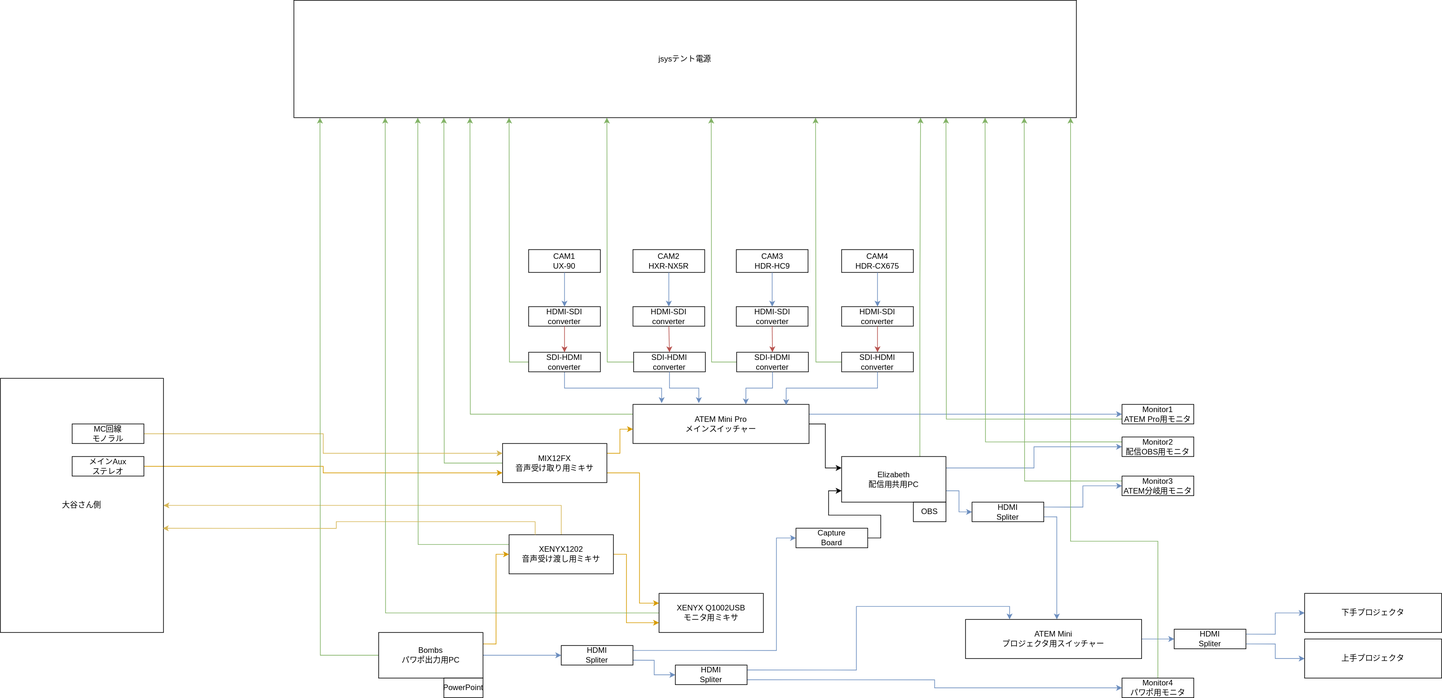
This is drawio-svg/jsys23-eizou-wiring.drawio.svg from dolceWFC/sohosai-eizou-live-wiring, a draw.io export, as it was before one commit. Source tidied: cells renumbered, new cells last; positions are measured from the earlier drawing's top-left corner, leaving out a move shared by most shapes.
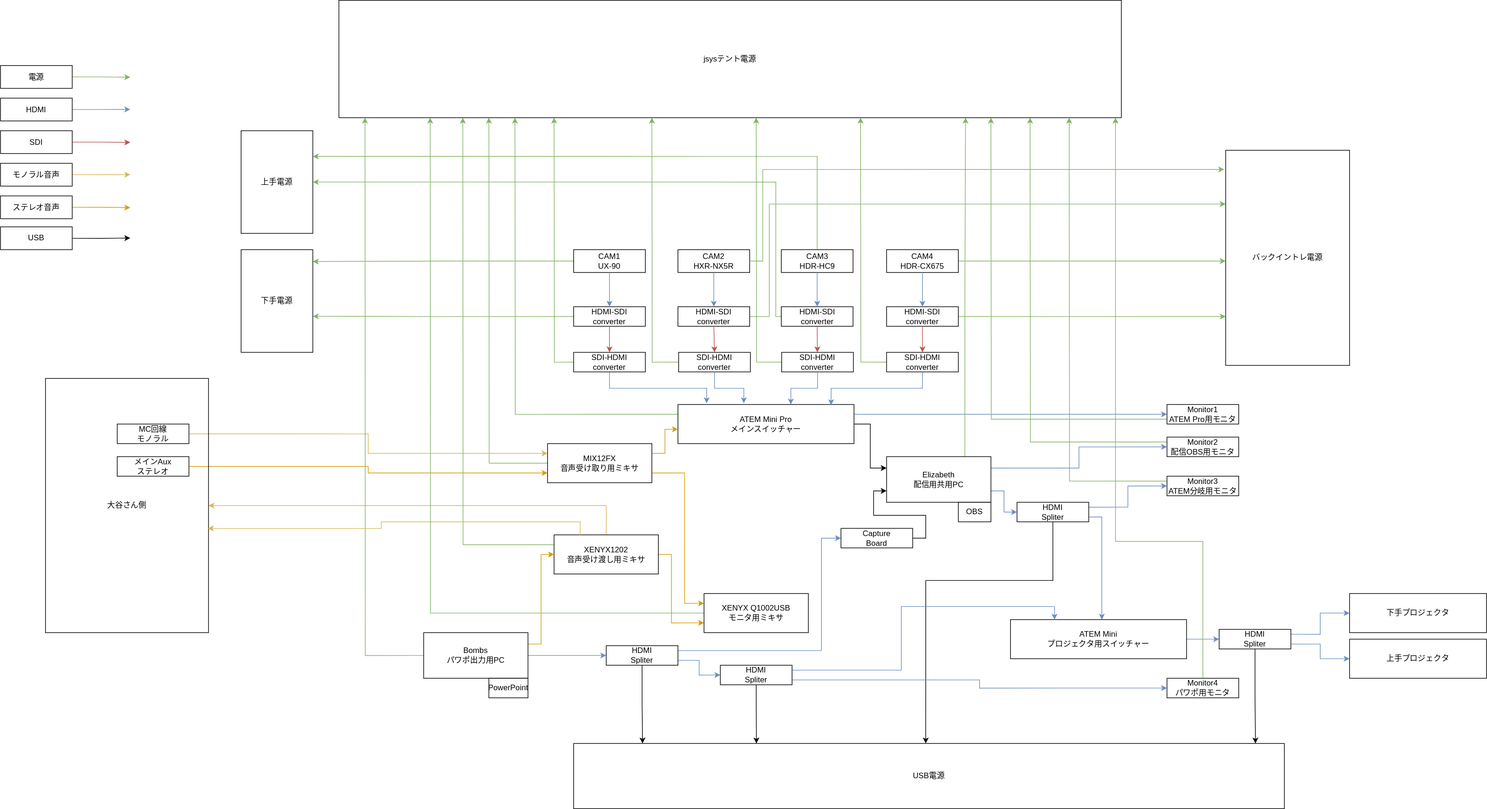
The same diagram one commit later.

Commit message:
jsys23-eizou-wiring.drawio.svg を更新します

What changed in the source:
```diff
@@ -5,24 +5,63 @@
     <mxCell id="2" value="CAM2&lt;br&gt;HXR-NX5R" style="text;html=1;strokeColor=default;fillColor=none;align=center;verticalAlign=middle;whiteSpace=wrap;rounded=0;" parent="1" vertex="1">
       <mxGeometry x="970" y="382.5" width="110" height="35" as="geometry" />
     </mxCell>
+    <mxCell id="87" style="edgeStyle=orthogonalEdgeStyle;rounded=0;jettySize=auto;html=1;exitX=0.5;exitY=0;exitDx=0;exitDy=0;entryX=1;entryY=0.25;entryDx=0;entryDy=0;fillColor=#d5e8d4;strokeColor=#82b366;" parent="1" edge="1" source="3" target="101">
+      <mxGeometry relative="1" as="geometry" />
+    </mxCell>
     <mxCell id="3" value="CAM3&lt;br&gt;HDR-HC9" style="text;html=1;strokeColor=default;fillColor=none;align=center;verticalAlign=middle;whiteSpace=wrap;rounded=0;" parent="1" vertex="1">
       <mxGeometry x="1128.5" y="382.5" width="110" height="35" as="geometry" />
     </mxCell>
+    <mxCell id="88" style="edgeStyle=orthogonalEdgeStyle;rounded=0;jettySize=auto;html=1;exitX=0;exitY=0.5;exitDx=0;exitDy=0;fillColor=#d5e8d4;strokeColor=#82b366;" parent="1" edge="1" source="4">
+      <mxGeometry relative="1" as="geometry">
+        <mxPoint x="410" y="400.7" as="targetPoint" />
+      </mxGeometry>
+    </mxCell>
     <mxCell id="4" value="CAM1&lt;br&gt;UX-90" style="text;html=1;strokeColor=default;fillColor=none;align=center;verticalAlign=middle;whiteSpace=wrap;rounded=0;" parent="1" vertex="1">
       <mxGeometry x="810" y="382.5" width="110" height="35" as="geometry" />
     </mxCell>
+    <mxCell id="89" style="edgeStyle=orthogonalEdgeStyle;rounded=0;jettySize=auto;html=1;exitX=1;exitY=0.5;exitDx=0;exitDy=0;fillColor=#d5e8d4;strokeColor=#82b366;" parent="1" edge="1" source="5">
+      <mxGeometry relative="1" as="geometry">
+        <mxPoint x="1810" y="400" as="targetPoint" />
+      </mxGeometry>
+    </mxCell>
     <mxCell id="5" value="CAM4&lt;br&gt;HDR-CX675" style="text;html=1;strokeColor=default;fillColor=none;align=center;verticalAlign=middle;whiteSpace=wrap;rounded=0;" parent="1" vertex="1">
       <mxGeometry x="1290" y="382.5" width="110" height="35" as="geometry" />
     </mxCell>
+    <mxCell id="90" style="edgeStyle=orthogonalEdgeStyle;rounded=0;jettySize=auto;html=1;exitX=0;exitY=0.5;exitDx=0;exitDy=0;fillColor=#d5e8d4;strokeColor=#82b366;" parent="1" edge="1" source="6">
+      <mxGeometry relative="1" as="geometry">
+        <mxPoint x="410" y="484.7" as="targetPoint" />
+      </mxGeometry>
+    </mxCell>
     <mxCell id="6" value="HDMI-SDI&lt;br&gt;converter" style="text;html=1;strokeColor=default;fillColor=none;align=center;verticalAlign=middle;whiteSpace=wrap;rounded=0;" parent="1" vertex="1">
       <mxGeometry x="810" y="470" width="110" height="30" as="geometry" />
     </mxCell>
+    <mxCell id="91" style="edgeStyle=orthogonalEdgeStyle;rounded=0;jettySize=auto;html=1;exitX=1;exitY=0.5;exitDx=0;exitDy=0;entryX=0;entryY=0.25;entryDx=0;entryDy=0;fillColor=#d5e8d4;strokeColor=#82b366;" parent="1" edge="1" source="7" target="98">
+      <mxGeometry relative="1" as="geometry">
+        <Array as="points">
+          <mxPoint x="1110" y="485" />
+          <mxPoint x="1110" y="313" />
+        </Array>
+      </mxGeometry>
+    </mxCell>
     <mxCell id="7" value="HDMI-SDI&lt;br&gt;converter" style="text;html=1;strokeColor=default;fillColor=none;align=center;verticalAlign=middle;whiteSpace=wrap;rounded=0;" parent="1" vertex="1">
       <mxGeometry x="970" y="470" width="110" height="30" as="geometry" />
     </mxCell>
+    <mxCell id="92" style="edgeStyle=orthogonalEdgeStyle;rounded=0;jettySize=auto;html=1;exitX=0;exitY=0.5;exitDx=0;exitDy=0;entryX=1;entryY=0.5;entryDx=0;entryDy=0;fillColor=#d5e8d4;strokeColor=#82b366;" parent="1" edge="1" source="8" target="101">
+      <mxGeometry relative="1" as="geometry">
+        <Array as="points">
+          <mxPoint x="1120" y="485" />
+          <mxPoint x="1120" y="279" />
+        </Array>
+      </mxGeometry>
+    </mxCell>
     <mxCell id="8" value="HDMI-SDI&lt;br&gt;converter" style="text;html=1;strokeColor=default;fillColor=none;align=center;verticalAlign=middle;whiteSpace=wrap;rounded=0;" parent="1" vertex="1">
       <mxGeometry x="1128.5" y="470" width="110" height="30" as="geometry" />
     </mxCell>
+    <mxCell id="93" style="edgeStyle=orthogonalEdgeStyle;rounded=0;jettySize=auto;html=1;exitX=1;exitY=0.5;exitDx=0;exitDy=0;fillColor=#d5e8d4;strokeColor=#82b366;" parent="1" edge="1" source="9">
+      <mxGeometry relative="1" as="geometry">
+        <mxPoint x="1810" y="485" as="targetPoint" />
+      </mxGeometry>
+    </mxCell>
     <mxCell id="9" value="HDMI-SDI&lt;br&gt;converter" style="text;html=1;strokeColor=default;fillColor=none;align=center;verticalAlign=middle;whiteSpace=wrap;rounded=0;" parent="1" vertex="1">
       <mxGeometry x="1290" y="470" width="110" height="30" as="geometry" />
     </mxCell>
@@ -125,6 +164,10 @@
     <mxCell id="38" style="edgeStyle=orthogonalEdgeStyle;rounded=0;jettySize=auto;html=1;exitX=0.75;exitY=0;exitDx=0;exitDy=0;fillColor=#d5e8d4;strokeColor=#82b366;" parent="1" edge="1" source="39">
       <mxGeometry relative="1" as="geometry">
         <mxPoint x="1411" y="180" as="targetPoint" />
+        <Array as="points">
+          <mxPoint x="1410" y="441" />
+          <mxPoint x="1411" y="441" />
+        </Array>
       </mxGeometry>
     </mxCell>
     <mxCell id="39" value="Elizabeth&lt;br&gt;配信用共用PC" style="text;html=1;strokeColor=default;fillColor=none;align=center;verticalAlign=middle;whiteSpace=wrap;rounded=0;" parent="1" vertex="1">
@@ -224,6 +267,15 @@
         </Array>
       </mxGeometry>
     </mxCell>
+    <mxCell id="94" style="edgeStyle=orthogonalEdgeStyle;rounded=0;jettySize=auto;html=1;exitX=0.5;exitY=1;exitDx=0;exitDy=0;" parent="1" edge="1" source="64">
+      <mxGeometry relative="1" as="geometry">
+        <mxPoint x="1350" y="1140" as="targetPoint" />
+        <Array as="points">
+          <mxPoint x="1545" y="890" />
+          <mxPoint x="1350" y="890" />
+        </Array>
+      </mxGeometry>
+    </mxCell>
     <mxCell id="64" value="HDMI&lt;br&gt;Spliter" style="text;html=1;strokeColor=default;fillColor=none;align=center;verticalAlign=middle;whiteSpace=wrap;rounded=0;" parent="1" vertex="1">
       <mxGeometry x="1490" y="770" width="110" height="30" as="geometry" />
     </mxCell>
@@ -255,6 +307,11 @@
     <mxCell id="72" style="edgeStyle=orthogonalEdgeStyle;rounded=0;jettySize=auto;html=1;exitX=1;exitY=0.75;exitDx=0;exitDy=0;entryX=0;entryY=0.5;entryDx=0;entryDy=0;fillColor=#dae8fc;strokeColor=#6c8ebf;" parent="1" edge="1" source="73" target="75">
       <mxGeometry relative="1" as="geometry" />
     </mxCell>
+    <mxCell id="95" style="edgeStyle=orthogonalEdgeStyle;rounded=0;jettySize=auto;html=1;exitX=0.5;exitY=1;exitDx=0;exitDy=0;" parent="1" edge="1" source="73">
+      <mxGeometry relative="1" as="geometry">
+        <mxPoint x="1855.7" y="1140" as="targetPoint" />
+      </mxGeometry>
+    </mxCell>
     <mxCell id="73" value="HDMI&lt;br&gt;Spliter" style="text;html=1;strokeColor=default;fillColor=none;align=center;verticalAlign=middle;whiteSpace=wrap;rounded=0;" parent="1" vertex="1">
       <mxGeometry x="1800" y="965" width="110" height="30" as="geometry" />
     </mxCell>
@@ -288,6 +345,11 @@
         </Array>
       </mxGeometry>
     </mxCell>
+    <mxCell id="96" style="edgeStyle=orthogonalEdgeStyle;rounded=0;jettySize=auto;html=1;exitX=0.5;exitY=1;exitDx=0;exitDy=0;" parent="1" edge="1" source="80">
+      <mxGeometry relative="1" as="geometry">
+        <mxPoint x="915.7" y="1140" as="targetPoint" />
+      </mxGeometry>
+    </mxCell>
     <mxCell id="80" value="HDMI&lt;br&gt;Spliter" style="text;html=1;strokeColor=default;fillColor=none;align=center;verticalAlign=middle;whiteSpace=wrap;rounded=0;" parent="1" vertex="1">
       <mxGeometry x="860" y="990" width="110" height="30" as="geometry" />
     </mxCell>
@@ -297,6 +359,11 @@
     <mxCell id="82" style="edgeStyle=orthogonalEdgeStyle;rounded=0;jettySize=auto;html=1;exitX=1;exitY=0.75;exitDx=0;exitDy=0;entryX=0;entryY=0.5;entryDx=0;entryDy=0;fillColor=#dae8fc;strokeColor=#6c8ebf;" parent="1" edge="1" source="83" target="77">
       <mxGeometry relative="1" as="geometry" />
     </mxCell>
+    <mxCell id="97" style="edgeStyle=orthogonalEdgeStyle;rounded=0;jettySize=auto;html=1;exitX=0.5;exitY=1;exitDx=0;exitDy=0;" parent="1" edge="1" source="83">
+      <mxGeometry relative="1" as="geometry">
+        <mxPoint x="1090.3" y="1140" as="targetPoint" />
+      </mxGeometry>
+    </mxCell>
     <mxCell id="83" value="HDMI&lt;br&gt;Spliter" style="text;html=1;strokeColor=default;fillColor=none;align=center;verticalAlign=middle;whiteSpace=wrap;rounded=0;" parent="1" vertex="1">
       <mxGeometry x="1035" y="1020" width="110" height="30" as="geometry" />
     </mxCell>
@@ -309,5 +376,73 @@
     <mxCell id="86" value="jsysテント電源" style="text;html=1;strokeColor=default;fillColor=none;align=center;verticalAlign=middle;whiteSpace=wrap;rounded=0;" parent="1" vertex="1">
       <mxGeometry x="450" width="1200" height="180" as="geometry" />
     </mxCell>
+    <mxCell id="98" value="バックイントレ電源" style="text;html=1;strokeColor=default;fillColor=none;align=center;verticalAlign=middle;whiteSpace=wrap;rounded=0;" parent="1" vertex="1">
+      <mxGeometry x="1810" y="230" width="190" height="330" as="geometry" />
+    </mxCell>
+    <mxCell id="99" style="edgeStyle=orthogonalEdgeStyle;rounded=0;jettySize=auto;html=1;exitX=1;exitY=0.5;exitDx=0;exitDy=0;entryX=-0.012;entryY=0.089;entryDx=0;entryDy=0;entryPerimeter=0;fillColor=#d5e8d4;strokeColor=#82b366;" parent="1" edge="1" source="2" target="98">
+      <mxGeometry relative="1" as="geometry">
+        <Array as="points">
+          <mxPoint x="1100" y="400" />
+          <mxPoint x="1100" y="259" />
+        </Array>
+      </mxGeometry>
+    </mxCell>
+    <mxCell id="100" value="下手電源" style="text;html=1;strokeColor=default;fillColor=none;align=center;verticalAlign=middle;whiteSpace=wrap;rounded=0;" parent="1" vertex="1">
+      <mxGeometry x="300" y="382.5" width="110" height="157.5" as="geometry" />
+    </mxCell>
+    <mxCell id="101" value="上手電源" style="text;html=1;strokeColor=default;fillColor=none;align=center;verticalAlign=middle;whiteSpace=wrap;rounded=0;" parent="1" vertex="1">
+      <mxGeometry x="300" y="200" width="110" height="157.5" as="geometry" />
+    </mxCell>
+    <mxCell id="102" style="edgeStyle=orthogonalEdgeStyle;rounded=0;jettySize=auto;html=1;exitX=1;exitY=0.5;exitDx=0;exitDy=0;fillColor=#d5e8d4;strokeColor=#82b366;" parent="1" edge="1" source="103">
+      <mxGeometry relative="1" as="geometry">
+        <mxPoint x="130" y="118" as="targetPoint" />
+      </mxGeometry>
+    </mxCell>
+    <mxCell id="103" value="電源" style="text;html=1;strokeColor=default;fillColor=none;align=center;verticalAlign=middle;whiteSpace=wrap;rounded=0;" parent="1" vertex="1">
+      <mxGeometry x="-69" y="100" width="110" height="35" as="geometry" />
+    </mxCell>
+    <mxCell id="104" style="edgeStyle=orthogonalEdgeStyle;rounded=0;jettySize=auto;html=1;exitX=1;exitY=0.5;exitDx=0;exitDy=0;fillColor=#dae8fc;strokeColor=#6c8ebf;" parent="1" edge="1" source="105">
+      <mxGeometry relative="1" as="geometry">
+        <mxPoint x="130" y="167.3" as="targetPoint" />
+      </mxGeometry>
+    </mxCell>
+    <mxCell id="105" value="HDMI" style="text;html=1;strokeColor=default;fillColor=none;align=center;verticalAlign=middle;whiteSpace=wrap;rounded=0;" parent="1" vertex="1">
+      <mxGeometry x="-69" y="150" width="110" height="35" as="geometry" />
+    </mxCell>
+    <mxCell id="106" style="edgeStyle=orthogonalEdgeStyle;rounded=0;jettySize=auto;html=1;exitX=1;exitY=0.5;exitDx=0;exitDy=0;fillColor=#f8cecc;strokeColor=#b85450;" parent="1" edge="1" source="107">
+      <mxGeometry relative="1" as="geometry">
+        <mxPoint x="130" y="218" as="targetPoint" />
+      </mxGeometry>
+    </mxCell>
+    <mxCell id="107" value="SDI" style="text;html=1;strokeColor=default;fillColor=none;align=center;verticalAlign=middle;whiteSpace=wrap;rounded=0;" parent="1" vertex="1">
+      <mxGeometry x="-69" y="200" width="110" height="35" as="geometry" />
+    </mxCell>
+    <mxCell id="108" style="edgeStyle=orthogonalEdgeStyle;rounded=0;jettySize=auto;html=1;exitX=1;exitY=0.5;exitDx=0;exitDy=0;fillColor=#fff2cc;strokeColor=#d6b656;" parent="1" edge="1" source="109">
+      <mxGeometry relative="1" as="geometry">
+        <mxPoint x="130" y="267.3" as="targetPoint" />
+      </mxGeometry>
+    </mxCell>
+    <mxCell id="109" value="モノラル音声" style="text;html=1;strokeColor=default;fillColor=none;align=center;verticalAlign=middle;whiteSpace=wrap;rounded=0;" parent="1" vertex="1">
+      <mxGeometry x="-69" y="250" width="110" height="35" as="geometry" />
+    </mxCell>
+    <mxCell id="110" style="edgeStyle=orthogonalEdgeStyle;rounded=0;jettySize=auto;html=1;exitX=1;exitY=0.5;exitDx=0;exitDy=0;fillColor=#ffe6cc;strokeColor=#d79b00;" parent="1" edge="1" source="111">
+      <mxGeometry relative="1" as="geometry">
+        <mxPoint x="130" y="318" as="targetPoint" />
+      </mxGeometry>
+    </mxCell>
+    <mxCell id="111" value="ステレオ音声" style="text;html=1;strokeColor=default;fillColor=none;align=center;verticalAlign=middle;whiteSpace=wrap;rounded=0;" parent="1" vertex="1">
+      <mxGeometry x="-69" y="300" width="110" height="35" as="geometry" />
+    </mxCell>
+    <mxCell id="112" style="edgeStyle=orthogonalEdgeStyle;rounded=0;jettySize=auto;html=1;exitX=1;exitY=0.5;exitDx=0;exitDy=0;" parent="1" edge="1" source="113">
+      <mxGeometry relative="1" as="geometry">
+        <mxPoint x="130" y="364.7" as="targetPoint" />
+      </mxGeometry>
+    </mxCell>
+    <mxCell id="113" value="USB" style="text;html=1;strokeColor=default;fillColor=none;align=center;verticalAlign=middle;whiteSpace=wrap;rounded=0;" parent="1" vertex="1">
+      <mxGeometry x="-69" y="347.5" width="110" height="35" as="geometry" />
+    </mxCell>
+    <mxCell id="114" value="USB電源" style="text;html=1;strokeColor=default;fillColor=none;align=center;verticalAlign=middle;whiteSpace=wrap;rounded=0;" parent="1" vertex="1">
+      <mxGeometry x="810" y="1140" width="1090" height="100" as="geometry" />
+    </mxCell>
   </root>
 </mxGraphModel>
```
